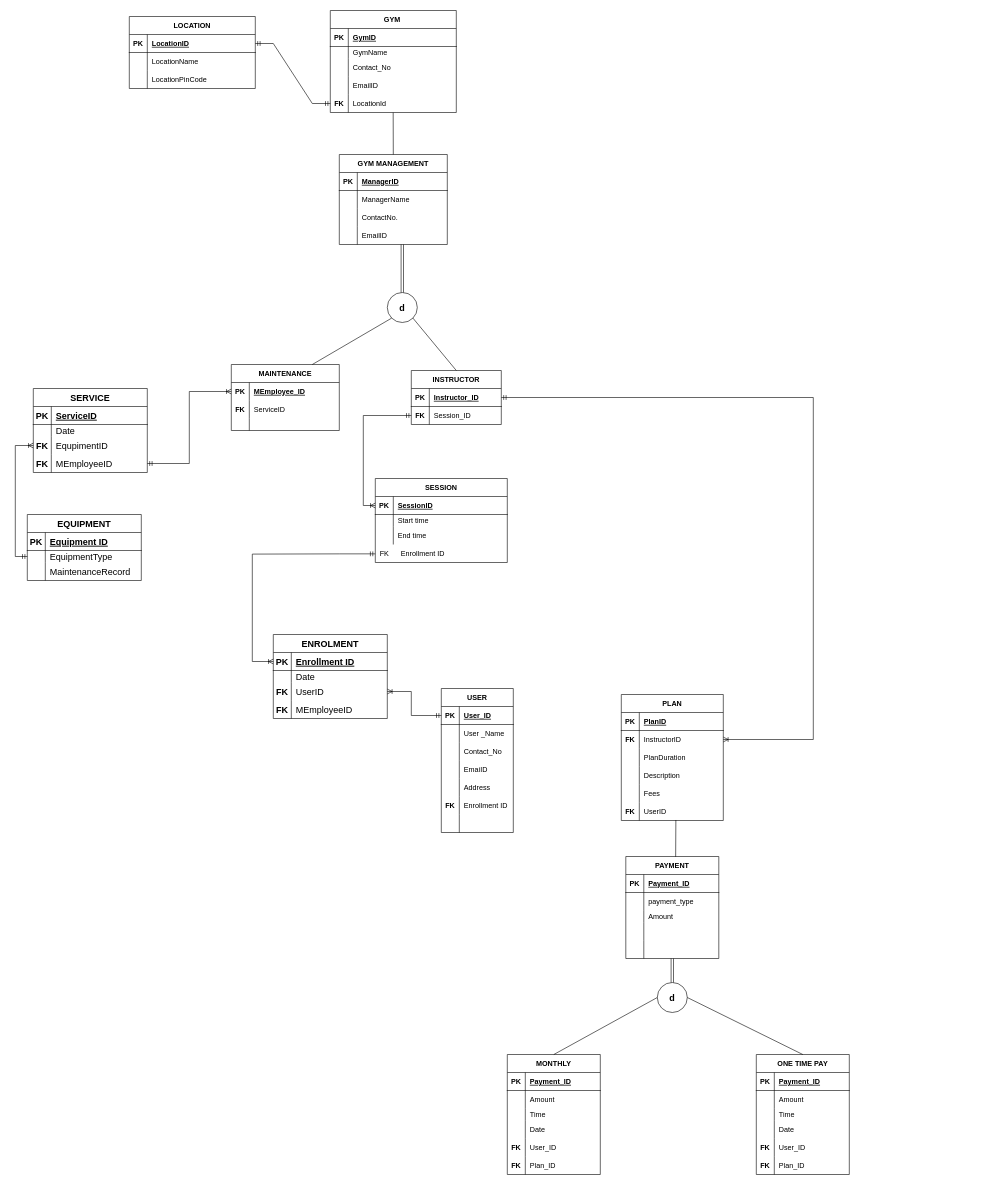
Before: Gym_Management_ERD.drawio in Tharunip/DAMG6210_PROJECT11, a draw.io diagram. Source tidied: cells renumbered, new cells numbered last; positions are measured from the earlier drawing's top-left corner, leaving out a move shared by most shapes. Both pictures are drawn from the tidied source at 60%, with x=0, y=0 at pixel (15, 10).
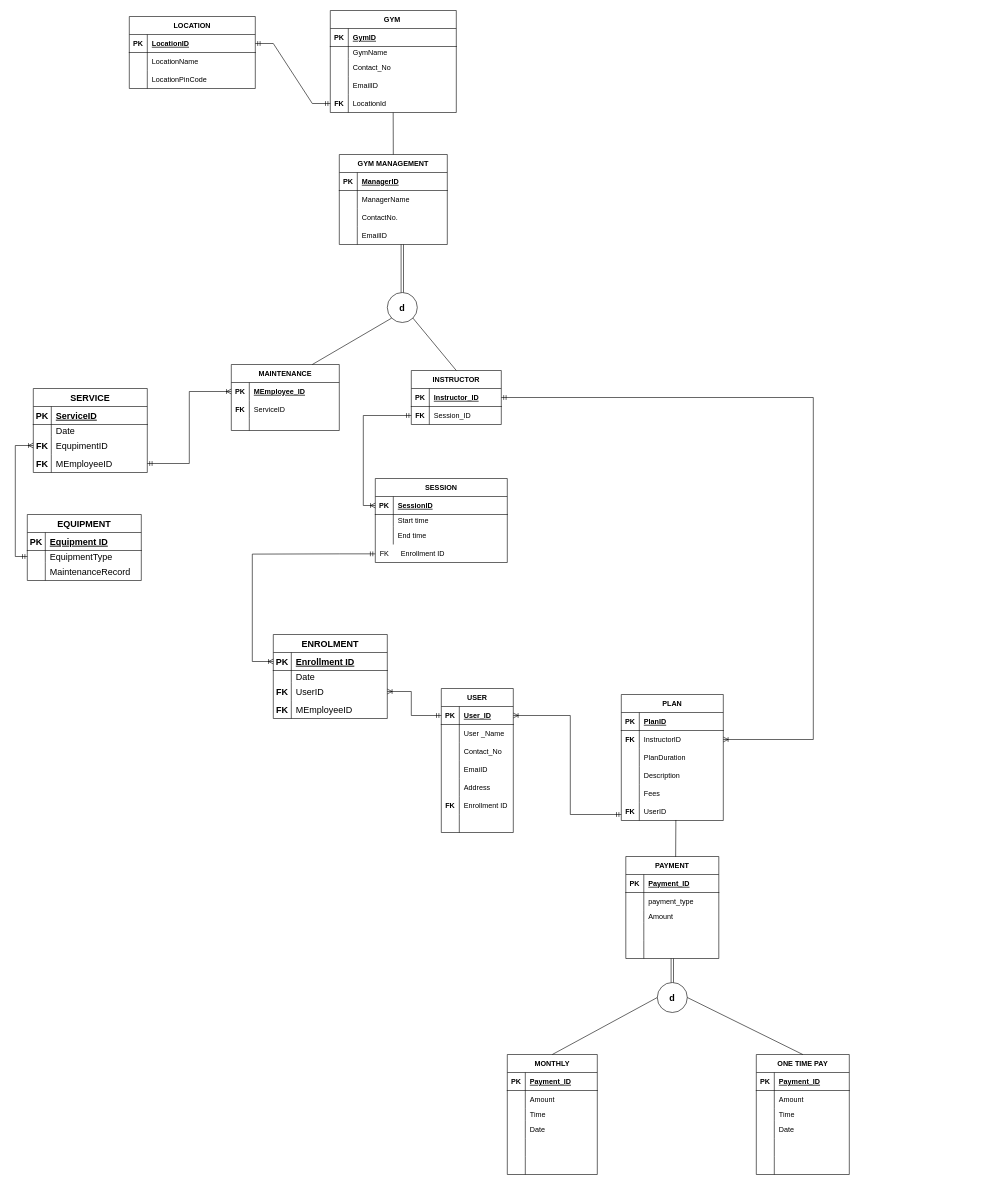
The same page after the edit.

The change refers to these unchanged cells:
```xml
<mxCell id="37" style="shape=tableRow;horizontal=0;startSize=0;swimlaneHead=0;swimlaneBody=0;fillColor=none;points=[[0,0.5],[1,0.5]];portConstraint=eastwest;top=0;left=0;right=0;bottom=1;" parent="36" vertex="1">
  <mxGeometry y="30" width="120" height="30" as="geometry" />
</mxCell>
<mxCell id="90" style="shape=tableRow;horizontal=0;startSize=0;swimlaneHead=0;swimlaneBody=0;fillColor=none;points=[[0,0.5],[1,0.5]];portConstraint=eastwest;top=0;left=0;right=0;bottom=0;" parent="74" vertex="1">
  <mxGeometry y="180" width="170" height="30" as="geometry" />
</mxCell>
<mxCell id="221" style="shape=tableRow;horizontal=0;startSize=0;swimlaneHead=0;swimlaneBody=0;fillColor=none;top=0;left=0;right=0;bottom=0;" parent="208" vertex="1">
  <mxGeometry y="140" width="155" height="30" as="geometry" />
</mxCell>
<mxCell id="224" style="shape=tableRow;horizontal=0;startSize=0;swimlaneHead=0;swimlaneBody=0;fillColor=none;top=0;left=0;right=0;bottom=0;" parent="208" vertex="1">
  <mxGeometry y="170" width="155" height="30" as="geometry" />
</mxCell>
```

What changed in the source:
```diff
@@
     <mxCell id="186" value="MONTHLY" style="shape=table;startSize=30;childLayout=tableLayout;rowLines=0;fontStyle=1;align=center;" parent="1" vertex="1">
-      <mxGeometry x="820" y="1740" width="155" height="200" as="geometry" />
+      <mxGeometry x="820" y="1740" width="150" height="200" as="geometry" />
     </mxCell>
     <mxCell id="187" style="shape=tableRow;horizontal=0;startSize=0;swimlaneHead=0;swimlaneBody=0;fillColor=none;top=0;left=0;right=0;bottom=1;" parent="186" vertex="1">
-      <mxGeometry y="30" width="155" height="30" as="geometry" />
+      <mxGeometry y="30" width="150" height="30" as="geometry" />
     </mxCell>
@@
     <mxCell id="189" value="Payment_ID" style="shape=partialRectangle;fillColor=none;top=0;left=0;bottom=0;right=0;align=left;spacingLeft=6;fontStyle=5;overflow=hidden;" parent="187" vertex="1">
-      <mxGeometry x="30" width="125" height="30" as="geometry" />
+      <mxGeometry x="30" width="120" height="30" as="geometry" />
     </mxCell>
     <mxCell id="190" style="shape=tableRow;horizontal=0;startSize=0;swimlaneHead=0;swimlaneBody=0;fillColor=none;top=0;left=0;right=0;bottom=0;" parent="186" vertex="1">
-      <mxGeometry y="60" width="155" height="30" as="geometry" />
+      <mxGeometry y="60" width="150" height="30" as="geometry" />
     </mxCell>
@@
     <mxCell id="192" value="Amount" style="shape=partialRectangle;fillColor=none;top=0;left=0;bottom=0;right=0;align=left;spacingLeft=6;overflow=hidden;" parent="190" vertex="1">
-      <mxGeometry x="30" width="125" height="30" as="geometry" />
+      <mxGeometry x="30" width="120" height="30" as="geometry" />
     </mxCell>
     <mxCell id="193" style="shape=tableRow;horizontal=0;startSize=0;swimlaneHead=0;swimlaneBody=0;fillColor=none;top=0;left=0;right=0;bottom=0;" parent="186" vertex="1">
-      <mxGeometry y="90" width="155" height="20" as="geometry" />
+      <mxGeometry y="90" width="150" height="20" as="geometry" />
     </mxCell>
@@
     <mxCell id="195" value="Time" style="shape=partialRectangle;fillColor=none;top=0;left=0;bottom=0;right=0;align=left;spacingLeft=6;overflow=hidden;" parent="193" vertex="1">
-      <mxGeometry x="30" width="125" height="20" as="geometry" />
+      <mxGeometry x="30" width="120" height="20" as="geometry" />
     </mxCell>
     <mxCell id="196" style="shape=tableRow;horizontal=0;startSize=0;swimlaneHead=0;swimlaneBody=0;fillColor=none;top=0;left=0;right=0;bottom=0;" parent="186" vertex="1">
-      <mxGeometry y="110" width="155" height="30" as="geometry" />
+      <mxGeometry y="110" width="150" height="30" as="geometry" />
     </mxCell>
@@
     <mxCell id="198" value="Date" style="shape=partialRectangle;fillColor=none;top=0;left=0;bottom=0;right=0;align=left;spacingLeft=6;overflow=hidden;" parent="196" vertex="1">
-      <mxGeometry x="30" width="125" height="30" as="geometry" />
+      <mxGeometry x="30" width="120" height="30" as="geometry" />
     </mxCell>
     <mxCell id="199" style="shape=tableRow;horizontal=0;startSize=0;swimlaneHead=0;swimlaneBody=0;fillColor=none;top=0;left=0;right=0;bottom=0;" parent="186" vertex="1">
-      <mxGeometry y="140" width="155" height="30" as="geometry" />
+      <mxGeometry y="140" width="150" height="30" as="geometry" />
     </mxCell>
-    <mxCell id="200" value="FK" style="shape=partialRectangle;fillColor=none;top=0;left=0;bottom=0;right=0;overflow=hidden;fontStyle=1;" parent="199" vertex="1">
+    <mxCell id="200" style="shape=partialRectangle;fillColor=none;top=0;left=0;bottom=0;right=0;overflow=hidden;fontStyle=1;" parent="199" vertex="1">
       <mxGeometry width="30" height="30" as="geometry" />
     </mxCell>
-    <mxCell id="201" value="User_ID" style="shape=partialRectangle;fillColor=none;top=0;left=0;bottom=0;right=0;align=left;spacingLeft=6;overflow=hidden;" parent="199" vertex="1">
-      <mxGeometry x="30" width="125" height="30" as="geometry" />
+    <mxCell id="201" style="shape=partialRectangle;fillColor=none;top=0;left=0;bottom=0;right=0;align=left;spacingLeft=6;overflow=hidden;" parent="199" vertex="1">
+      <mxGeometry x="30" width="120" height="30" as="geometry" />
     </mxCell>
     <mxCell id="202" style="shape=tableRow;horizontal=0;startSize=0;swimlaneHead=0;swimlaneBody=0;fillColor=none;top=0;left=0;right=0;bottom=0;" parent="186" vertex="1">
-      <mxGeometry y="170" width="155" height="30" as="geometry" />
+      <mxGeometry y="170" width="150" height="30" as="geometry" />
     </mxCell>
-    <mxCell id="203" value="FK" style="shape=partialRectangle;fillColor=none;top=0;left=0;bottom=0;right=0;overflow=hidden;fontStyle=1;" parent="202" vertex="1">
+    <mxCell id="203" style="shape=partialRectangle;fillColor=none;top=0;left=0;bottom=0;right=0;overflow=hidden;fontStyle=1;" parent="202" vertex="1">
       <mxGeometry width="30" height="30" as="geometry" />
     </mxCell>
-    <mxCell id="204" value="Plan_ID" style="shape=partialRectangle;fillColor=none;top=0;left=0;bottom=0;right=0;align=left;spacingLeft=6;overflow=hidden;" parent="202" vertex="1">
-      <mxGeometry x="30" width="125" height="30" as="geometry" />
+    <mxCell id="204" style="shape=partialRectangle;fillColor=none;top=0;left=0;bottom=0;right=0;align=left;spacingLeft=6;overflow=hidden;" parent="202" vertex="1">
+      <mxGeometry x="30" width="120" height="30" as="geometry" />
     </mxCell>
@@
-    <mxCell id="222" value="FK" style="shape=partialRectangle;fillColor=none;top=0;left=0;bottom=0;right=0;overflow=hidden;fontStyle=1;" parent="221" vertex="1">
+    <mxCell id="222" style="shape=partialRectangle;fillColor=none;top=0;left=0;bottom=0;right=0;overflow=hidden;fontStyle=1;" parent="221" vertex="1">
       <mxGeometry width="30" height="30" as="geometry" />
     </mxCell>
-    <mxCell id="223" value="User_ID" style="shape=partialRectangle;fillColor=none;top=0;left=0;bottom=0;right=0;align=left;spacingLeft=6;overflow=hidden;" parent="221" vertex="1">
+    <mxCell id="223" style="shape=partialRectangle;fillColor=none;top=0;left=0;bottom=0;right=0;align=left;spacingLeft=6;overflow=hidden;" parent="221" vertex="1">
       <mxGeometry x="30" width="125" height="30" as="geometry" />
     </mxCell>
@@
-    <mxCell id="225" value="FK" style="shape=partialRectangle;fillColor=none;top=0;left=0;bottom=0;right=0;overflow=hidden;fontStyle=1;" parent="224" vertex="1">
+    <mxCell id="225" style="shape=partialRectangle;fillColor=none;top=0;left=0;bottom=0;right=0;overflow=hidden;fontStyle=1;" parent="224" vertex="1">
       <mxGeometry width="30" height="30" as="geometry" />
     </mxCell>
-    <mxCell id="226" value="Plan_ID" style="shape=partialRectangle;fillColor=none;top=0;left=0;bottom=0;right=0;align=left;spacingLeft=6;overflow=hidden;" parent="224" vertex="1">
+    <mxCell id="226" style="shape=partialRectangle;fillColor=none;top=0;left=0;bottom=0;right=0;align=left;spacingLeft=6;overflow=hidden;" parent="224" vertex="1">
       <mxGeometry x="30" width="125" height="30" as="geometry" />
     </mxCell>
@@
+    <mxCell id="230" style="edgeStyle=orthogonalEdgeStyle;fontSize=12;html=1;endArrow=ERoneToMany;startArrow=ERmandOne;rounded=0;entryX=1;entryY=0.5;entryDx=0;entryDy=0;exitX=0;exitY=0.667;exitDx=0;exitDy=0;exitPerimeter=0;" parent="1" edge="1" source="90" target="37">
+      <mxGeometry relative="1" as="geometry">
+        <Array as="points">
+          <mxPoint x="925" y="1340" />
+          <mxPoint x="925" y="1175" />
+        </Array>
+      </mxGeometry>
+    </mxCell>
```
